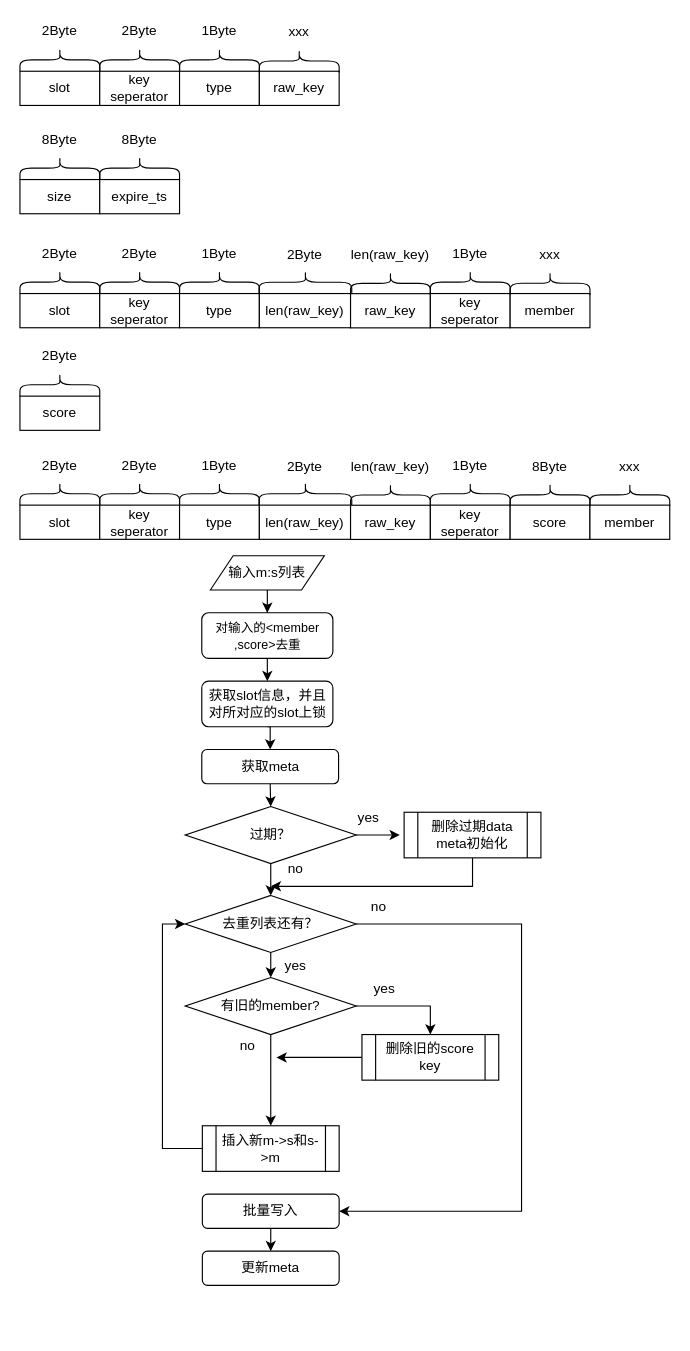
The draw.io diagram images/Untitled Diagram.drawio in FishYoung/Learning-redis, before the edit. Source tidied: cells renumbered, new cells numbered last; positions are measured from the earlier drawing's top-left corner, leaving out a move shared by most shapes. Both pictures are drawn from the tidied source at 114%, with x=0, y=0 at pixel (19, 19).
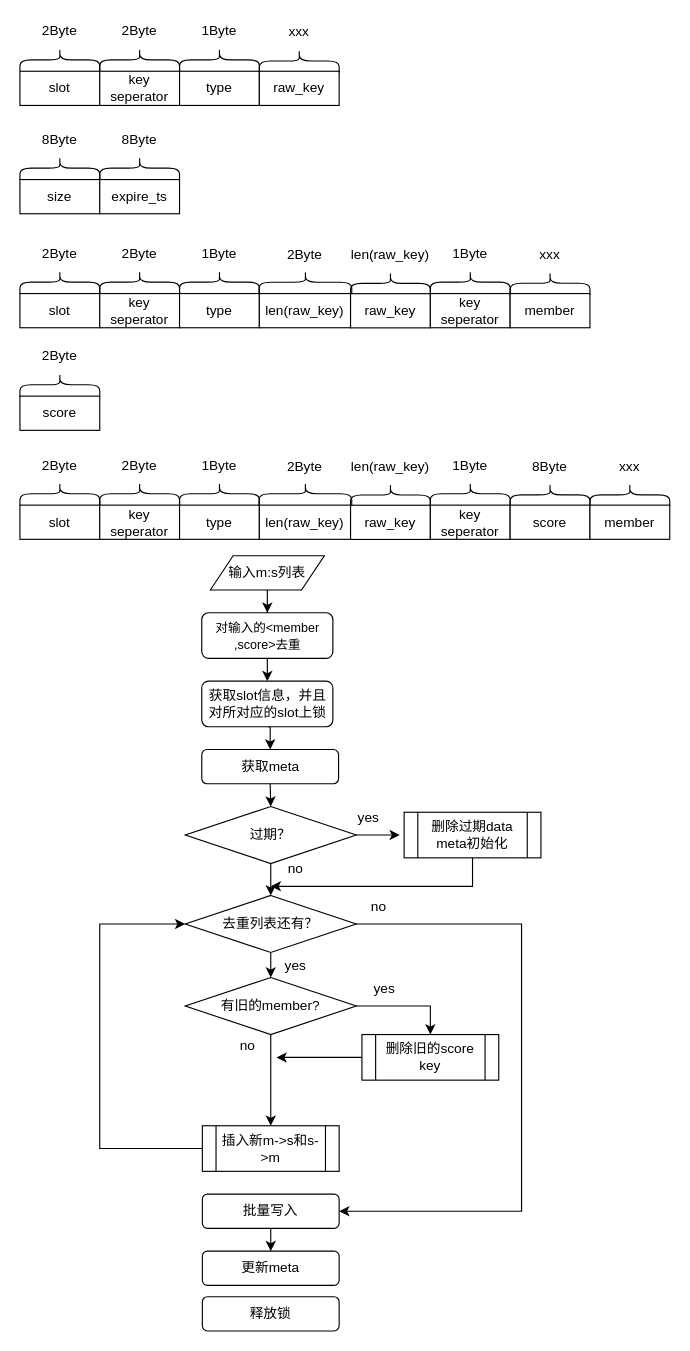
Above is the later version.

Unchanged cells that the change refers to:
```xml
<mxCell id="83" value="去重列表还有？" style="rhombus;whiteSpace=wrap;html=1;" parent="1" vertex="1">
  <mxGeometry x="145" y="768" width="150" height="50" as="geometry" />
</mxCell>
<mxCell id="88" value="插入新m-&amp;gt;s和s-&amp;gt;m" style="shape=process;whiteSpace=wrap;html=1;backgroundOutline=1;" parent="1" vertex="1">
  <mxGeometry x="160" y="970" width="120" height="40" as="geometry" />
</mxCell>
```

Change to the diagram source:
```diff
@@
     <mxCell id="87" style="edgeStyle=orthogonalEdgeStyle;rounded=0;jettySize=auto;html=1;exitX=0;exitY=0.5;exitDx=0;exitDy=0;entryX=0;entryY=0.5;entryDx=0;entryDy=0;" parent="1" edge="1" source="88" target="83">
-      <mxGeometry relative="1" as="geometry" />
+      <mxGeometry relative="1" as="geometry">
+        <Array as="points">
+          <mxPoint x="70" y="990" />
+          <mxPoint x="70" y="793" />
+        </Array>
+      </mxGeometry>
     </mxCell>
@@
+    <mxCell id="100" value="释放锁" style="rounded=1;whiteSpace=wrap;html=1;" parent="1" vertex="1">
+      <mxGeometry x="160" y="1120" width="120" height="30" as="geometry" />
+    </mxCell>
```
